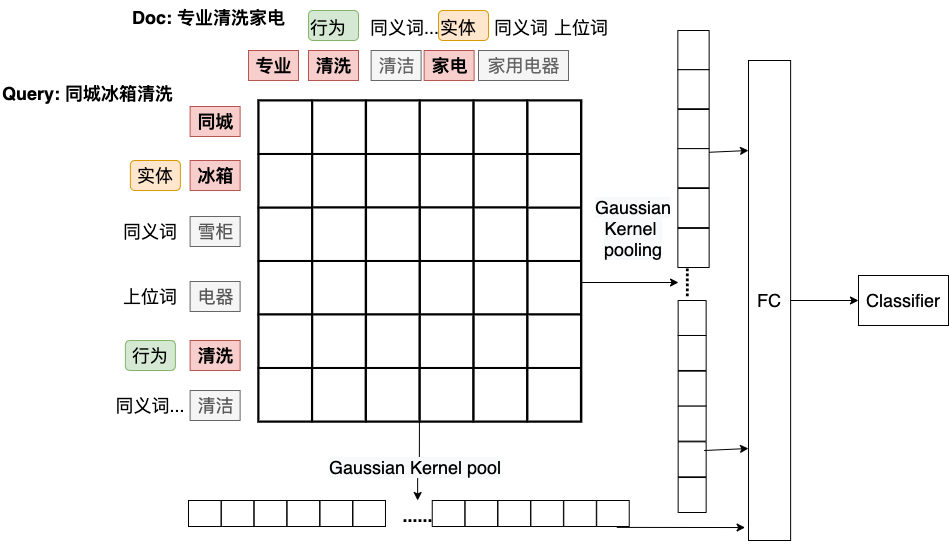
Before: Untitled Diagram.png, a diagram exported from draw.io (gouxute/leetcode). Source tidied: cells renumbered, new cells last; positions are measured from the earlier drawing's top-left corner, leaving out a move shared by most shapes.
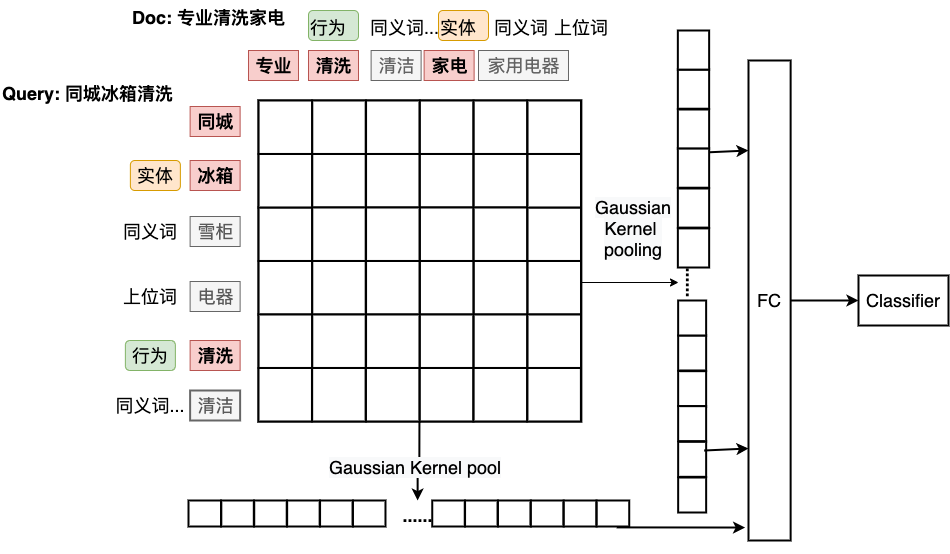
Above is the later version.

What changed in the source:
```diff
@@ -26,7 +26,7 @@
     <mxCell id="9" value="清洗" style="text;html=1;align=center;verticalAlign=middle;fontSize=18;fillColor=#f8cecc;strokeColor=#b85450;fontStyle=1;" parent="1" vertex="1">
       <mxGeometry x="189.6" y="340" width="50" height="30" as="geometry" />
     </mxCell>
-    <mxCell id="10" value="清洁" style="text;html=1;align=center;verticalAlign=middle;fontSize=18;fillColor=#f5f5f5;strokeColor=#666666;fontColor=#595959;" parent="1" vertex="1">
+    <mxCell id="10" value="清洁" style="text;html=1;align=center;verticalAlign=middle;fontSize=18;fillColor=#f5f5f5;strokeColor=#666666;fontColor=#595959;strokeWidth=2;" parent="1" vertex="1">
       <mxGeometry x="189.6" y="390" width="50" height="30" as="geometry" />
     </mxCell>
     <mxCell id="11" value="&lt;font style=&quot;font-size: 18px&quot;&gt;同城&lt;/font&gt;" style="text;html=1;align=center;verticalAlign=middle;fontSize=18;fillColor=#f8cecc;strokeColor=#b85450;fontStyle=1;" parent="1" vertex="1">
@@ -71,19 +71,19 @@
     <mxCell id="24" value="&lt;div style=&quot;text-align: center&quot;&gt;&lt;span&gt;&lt;font face=&quot;helvetica&quot;&gt;&lt;b&gt;Doc: 专业清洗家电&lt;/b&gt;&lt;/font&gt;&lt;/span&gt;&lt;/div&gt;" style="text;whiteSpace=wrap;html=1;fontSize=18;labelBackgroundColor=none;" parent="1" vertex="1">
       <mxGeometry x="129.5" width="178.5" height="30" as="geometry" />
     </mxCell>
-    <mxCell id="25" style="edgeStyle=orthogonalEdgeStyle;rounded=0;jettySize=auto;html=1;fontSize=18;exitX=1;exitY=1;exitDx=0;exitDy=0;" parent="1" edge="1" source="63" target="77">
+    <mxCell id="25" style="edgeStyle=orthogonalEdgeStyle;rounded=0;jettySize=auto;html=1;fontSize=18;exitX=1;exitY=1;exitDx=0;exitDy=0;strokeWidth=2;" parent="1" edge="1" source="63" target="77">
       <mxGeometry relative="1" as="geometry" />
     </mxCell>
     <mxCell id="26" value="&lt;span style=&quot;color: rgb(0 , 0 , 0) ; font-family: &amp;#34;helvetica&amp;#34; ; font-size: 18px ; font-style: normal ; font-weight: 400 ; letter-spacing: normal ; text-indent: 0px ; text-transform: none ; word-spacing: 0px ; background-color: rgb(248 , 249 , 250) ; display: inline ; float: none&quot;&gt;Gaussian Kernel &lt;br&gt;pooling&lt;/span&gt;" style="text;whiteSpace=wrap;html=1;fontSize=18;align=center;" parent="1" vertex="1">
       <mxGeometry x="568" y="190" width="130" height="40" as="geometry" />
     </mxCell>
-    <mxCell id="27" style="edgeStyle=orthogonalEdgeStyle;rounded=0;jettySize=auto;html=1;exitX=1;exitY=0.5;exitDx=0;exitDy=0;entryX=0;entryY=0.5;entryDx=0;entryDy=0;fontSize=18;" parent="1" edge="1" source="28" target="29">
+    <mxCell id="27" style="edgeStyle=orthogonalEdgeStyle;rounded=0;jettySize=auto;html=1;exitX=1;exitY=0.5;exitDx=0;exitDy=0;entryX=0;entryY=0.5;entryDx=0;entryDy=0;fontSize=18;strokeWidth=2;" parent="1" edge="1" source="28" target="29">
       <mxGeometry relative="1" as="geometry" />
     </mxCell>
-    <mxCell id="28" value="FC" style="whiteSpace=wrap;html=1;rounded=0;labelBackgroundColor=none;gradientColor=none;fontSize=18;align=center;glass=0;" parent="1" vertex="1">
+    <mxCell id="28" value="FC" style="whiteSpace=wrap;html=1;rounded=0;labelBackgroundColor=none;gradientColor=none;fontSize=18;align=center;glass=0;strokeWidth=2;" parent="1" vertex="1">
       <mxGeometry x="748" y="60" width="42.1" height="480" as="geometry" />
     </mxCell>
-    <mxCell id="29" value="Classifier" style="whiteSpace=wrap;html=1;rounded=0;glass=0;labelBackgroundColor=none;gradientColor=none;fontSize=18;align=center;" parent="1" vertex="1">
+    <mxCell id="29" value="Classifier" style="whiteSpace=wrap;html=1;rounded=0;glass=0;labelBackgroundColor=none;gradientColor=none;fontSize=18;align=center;strokeWidth=2;" parent="1" vertex="1">
       <mxGeometry x="858" y="275" width="90" height="50" as="geometry" />
     </mxCell>
     <mxCell id="30" value="&lt;div style=&quot;text-align: center&quot;&gt;&lt;font face=&quot;helvetica&quot;&gt;&lt;b&gt;Query: 同城冰箱清洗&lt;/b&gt;&lt;/font&gt;&lt;/div&gt;" style="text;whiteSpace=wrap;html=1;fontSize=18;labelBackgroundColor=none;" parent="1" vertex="1">
@@ -200,112 +200,112 @@
     <mxCell id="67" style="whiteSpace=wrap;html=1;strokeWidth=2;" parent="31" vertex="1">
       <mxGeometry y="267.5" width="53.5" height="53.5" as="geometry" />
     </mxCell>
-    <mxCell id="68" value="&lt;meta charset=&quot;utf-8&quot;&gt;&lt;span style=&quot;color: rgb(0, 0, 0); font-family: helvetica; font-size: 18px; font-style: normal; font-weight: 400; letter-spacing: normal; text-align: center; text-indent: 0px; text-transform: none; word-spacing: 0px; background-color: rgb(248, 249, 250); display: inline; float: none;&quot;&gt;Gaussian Kernel pool&lt;/span&gt;" style="text;whiteSpace=wrap;html=1;fontSize=18;" parent="1" vertex="1">
+    <mxCell id="68" value="&lt;meta charset=&quot;utf-8&quot;&gt;&lt;span style=&quot;color: rgb(0, 0, 0); font-family: helvetica; font-size: 18px; font-style: normal; font-weight: 400; letter-spacing: normal; text-align: center; text-indent: 0px; text-transform: none; word-spacing: 0px; background-color: rgb(248, 249, 250); display: inline; float: none;&quot;&gt;Gaussian Kernel pool&lt;/span&gt;" style="text;whiteSpace=wrap;html=1;fontSize=18;strokeWidth=2;" parent="1" vertex="1">
       <mxGeometry x="327.1" y="450" width="200" height="40" as="geometry" />
     </mxCell>
-    <mxCell id="69" style="group;" parent="1" vertex="1">
+    <mxCell id="69" style="group;strokeWidth=2;" parent="1" vertex="1">
       <mxGeometry x="199" y="500" width="429.7" height="52" as="geometry" />
     </mxCell>
-    <mxCell id="70" style="group;" parent="69" vertex="1">
+    <mxCell id="70" style="group;strokeWidth=2;" parent="69" vertex="1">
       <mxGeometry width="225.5" height="52" as="geometry" />
     </mxCell>
-    <mxCell id="71" style="whiteSpace=wrap;html=1;" parent="70" vertex="1">
+    <mxCell id="71" style="whiteSpace=wrap;html=1;strokeWidth=2;" parent="70" vertex="1">
       <mxGeometry x="21.8" width="32.5" height="26" as="geometry" />
     </mxCell>
-    <mxCell id="72" style="whiteSpace=wrap;html=1;" parent="70" vertex="1">
+    <mxCell id="72" style="whiteSpace=wrap;html=1;strokeWidth=2;" parent="70" vertex="1">
       <mxGeometry x="54.7" width="32.5" height="26" as="geometry" />
     </mxCell>
-    <mxCell id="73" style="whiteSpace=wrap;html=1;" parent="70" vertex="1">
+    <mxCell id="73" style="whiteSpace=wrap;html=1;strokeWidth=2;" parent="70" vertex="1">
       <mxGeometry x="87.6" width="32.5" height="26" as="geometry" />
     </mxCell>
-    <mxCell id="74" style="whiteSpace=wrap;html=1;" parent="70" vertex="1">
+    <mxCell id="74" style="whiteSpace=wrap;html=1;strokeWidth=2;" parent="70" vertex="1">
       <mxGeometry x="120.5" width="32.5" height="26" as="geometry" />
     </mxCell>
-    <mxCell id="75" style="whiteSpace=wrap;html=1;" parent="70" vertex="1">
+    <mxCell id="75" style="whiteSpace=wrap;html=1;strokeWidth=2;" parent="70" vertex="1">
       <mxGeometry x="153.4" width="32.5" height="26" as="geometry" />
     </mxCell>
-    <mxCell id="76" style="whiteSpace=wrap;html=1;" parent="70" vertex="1">
+    <mxCell id="76" style="whiteSpace=wrap;html=1;strokeWidth=2;" parent="70" vertex="1">
       <mxGeometry x="-11" width="32.5" height="26" as="geometry" />
     </mxCell>
-    <mxCell id="77" value="......" style="text;html=1;align=center;verticalAlign=middle;points=[];fontSize=18;fontStyle=1;" parent="70" vertex="1">
+    <mxCell id="77" value="......" style="text;html=1;align=center;verticalAlign=middle;points=[];fontSize=18;fontStyle=1;strokeWidth=2;" parent="70" vertex="1">
       <mxGeometry x="193" width="50" height="30" as="geometry" />
     </mxCell>
-    <mxCell id="78" style="whiteSpace=wrap;html=1;" parent="69" vertex="1">
+    <mxCell id="78" style="whiteSpace=wrap;html=1;strokeWidth=2;" parent="69" vertex="1">
       <mxGeometry x="265.5" width="32.5" height="26" as="geometry" />
     </mxCell>
-    <mxCell id="79" style="whiteSpace=wrap;html=1;" parent="69" vertex="1">
+    <mxCell id="79" style="whiteSpace=wrap;html=1;strokeWidth=2;" parent="69" vertex="1">
       <mxGeometry x="298.4" width="32.5" height="26" as="geometry" />
     </mxCell>
-    <mxCell id="80" style="whiteSpace=wrap;html=1;" parent="69" vertex="1">
+    <mxCell id="80" style="whiteSpace=wrap;html=1;strokeWidth=2;" parent="69" vertex="1">
       <mxGeometry x="331.3" width="32.5" height="26" as="geometry" />
     </mxCell>
-    <mxCell id="81" style="whiteSpace=wrap;html=1;" parent="69" vertex="1">
+    <mxCell id="81" style="whiteSpace=wrap;html=1;strokeWidth=2;" parent="69" vertex="1">
       <mxGeometry x="364.3" width="32.5" height="26" as="geometry" />
     </mxCell>
-    <mxCell id="82" style="whiteSpace=wrap;html=1;" parent="69" vertex="1">
+    <mxCell id="82" style="whiteSpace=wrap;html=1;strokeWidth=2;" parent="69" vertex="1">
       <mxGeometry x="397.2" width="32.5" height="26" as="geometry" />
     </mxCell>
-    <mxCell id="83" style="whiteSpace=wrap;html=1;" parent="69" vertex="1">
+    <mxCell id="83" style="whiteSpace=wrap;html=1;strokeWidth=2;" parent="69" vertex="1">
       <mxGeometry x="232.7" width="32.5" height="26" as="geometry" />
     </mxCell>
-    <mxCell id="84" value="......" style="text;html=1;align=center;verticalAlign=middle;points=[];fontSize=18;fontStyle=1;rotation=90;" parent="1" vertex="1">
+    <mxCell id="84" value="......" style="text;html=1;align=center;verticalAlign=middle;points=[];fontSize=18;fontStyle=1;rotation=90;strokeWidth=2;" parent="1" vertex="1">
       <mxGeometry x="668" y="267" width="50" height="30" as="geometry" />
     </mxCell>
-    <mxCell id="85" style="group;" parent="1" vertex="1">
+    <mxCell id="85" style="group;strokeWidth=2;" parent="1" vertex="1">
       <mxGeometry x="677.4" y="30" width="31.3" height="237" as="geometry" />
     </mxCell>
-    <mxCell id="86" style="whiteSpace=wrap;html=1;rotation=90;" parent="85" vertex="1">
+    <mxCell id="86" style="whiteSpace=wrap;html=1;rotation=90;strokeWidth=2;" parent="85" vertex="1">
       <mxGeometry x="-3.9" y="43" width="39.1" height="31.3" as="geometry" />
     </mxCell>
-    <mxCell id="87" style="whiteSpace=wrap;html=1;rotation=90;" parent="85" vertex="1">
+    <mxCell id="87" style="whiteSpace=wrap;html=1;rotation=90;strokeWidth=2;" parent="85" vertex="1">
       <mxGeometry x="-3.9" y="82.9" width="39.1" height="31.3" as="geometry" />
     </mxCell>
-    <mxCell id="88" style="whiteSpace=wrap;html=1;rotation=90;" parent="85" vertex="1">
+    <mxCell id="88" style="whiteSpace=wrap;html=1;rotation=90;strokeWidth=2;" parent="85" vertex="1">
       <mxGeometry x="-3.9" y="122" width="39.1" height="31.3" as="geometry" />
     </mxCell>
-    <mxCell id="89" style="whiteSpace=wrap;html=1;rotation=90;" parent="85" vertex="1">
+    <mxCell id="89" style="whiteSpace=wrap;html=1;rotation=90;strokeWidth=2;" parent="85" vertex="1">
       <mxGeometry x="-3.9" y="161.9" width="39.1" height="31.3" as="geometry" />
     </mxCell>
-    <mxCell id="90" style="whiteSpace=wrap;html=1;rotation=90;" parent="85" vertex="1">
+    <mxCell id="90" style="whiteSpace=wrap;html=1;rotation=90;strokeWidth=2;" parent="85" vertex="1">
       <mxGeometry x="-3.9" y="201.8" width="39.1" height="31.3" as="geometry" />
     </mxCell>
-    <mxCell id="91" style="whiteSpace=wrap;html=1;rotation=90;" parent="85" vertex="1">
+    <mxCell id="91" style="whiteSpace=wrap;html=1;rotation=90;strokeWidth=2;" parent="85" vertex="1">
       <mxGeometry x="-3.9" y="3.9" width="39.1" height="31.3" as="geometry" />
     </mxCell>
-    <mxCell id="92" style="group;" parent="1" vertex="1">
+    <mxCell id="92" style="group;strokeWidth=2;" parent="1" vertex="1">
       <mxGeometry x="677.7" y="300" width="28" height="212" as="geometry" />
     </mxCell>
-    <mxCell id="93" style="whiteSpace=wrap;html=1;rotation=90;" parent="92" vertex="1">
+    <mxCell id="93" style="whiteSpace=wrap;html=1;rotation=90;strokeWidth=2;" parent="92" vertex="1">
       <mxGeometry x="-3.5" y="38.5" width="35" height="28" as="geometry" />
     </mxCell>
-    <mxCell id="94" style="whiteSpace=wrap;html=1;rotation=90;" parent="92" vertex="1">
+    <mxCell id="94" style="whiteSpace=wrap;html=1;rotation=90;strokeWidth=2;" parent="92" vertex="1">
       <mxGeometry x="-3.5" y="74.2" width="35" height="28" as="geometry" />
     </mxCell>
-    <mxCell id="95" style="whiteSpace=wrap;html=1;rotation=90;" parent="92" vertex="1">
+    <mxCell id="95" style="whiteSpace=wrap;html=1;rotation=90;strokeWidth=2;" parent="92" vertex="1">
       <mxGeometry x="-3.5" y="109.1" width="35" height="28" as="geometry" />
     </mxCell>
-    <mxCell id="96" style="whiteSpace=wrap;html=1;rotation=90;" parent="92" vertex="1">
+    <mxCell id="96" style="whiteSpace=wrap;html=1;rotation=90;strokeWidth=2;" parent="92" vertex="1">
       <mxGeometry x="-3.5" y="144.8" width="35" height="28" as="geometry" />
     </mxCell>
-    <mxCell id="97" style="whiteSpace=wrap;html=1;rotation=90;" parent="92" vertex="1">
+    <mxCell id="97" style="whiteSpace=wrap;html=1;rotation=90;strokeWidth=2;" parent="92" vertex="1">
       <mxGeometry x="-3.5" y="180.5" width="35" height="28" as="geometry" />
     </mxCell>
-    <mxCell id="98" style="whiteSpace=wrap;html=1;rotation=90;" parent="92" vertex="1">
+    <mxCell id="98" style="whiteSpace=wrap;html=1;rotation=90;strokeWidth=2;" parent="92" vertex="1">
       <mxGeometry x="-3.5" y="3.5" width="35" height="28" as="geometry" />
     </mxCell>
-    <mxCell id="99" style="endArrow=classic;html=1;fontSize=18;exitX=1;exitY=0.5;exitDx=0;exitDy=0;" parent="1" edge="1">
+    <mxCell id="99" style="endArrow=classic;html=1;fontSize=18;exitX=1;exitY=0.5;exitDx=0;exitDy=0;strokeWidth=2;" parent="1" edge="1">
       <mxGeometry x="-1247.3" y="742" as="geometry">
         <mxPoint x="703.7" y="450" as="sourcePoint" />
         <mxPoint x="748" y="448" as="targetPoint" />
       </mxGeometry>
     </mxCell>
-    <mxCell id="100" style="endArrow=classic;html=1;fontSize=18;exitX=1;exitY=0.5;exitDx=0;exitDy=0;" parent="1" edge="1">
+    <mxCell id="100" style="endArrow=classic;html=1;fontSize=18;exitX=1;exitY=0.5;exitDx=0;exitDy=0;strokeWidth=2;" parent="1" edge="1">
       <mxGeometry x="-1242.3" y="443.7" as="geometry">
         <mxPoint x="708.6" y="151.8" as="sourcePoint" />
         <mxPoint x="748" y="150" as="targetPoint" />
       </mxGeometry>
     </mxCell>
-    <mxCell id="101" style="endArrow=classic;html=1;fontSize=18;exitX=1;exitY=0.5;exitDx=0;exitDy=0;entryX=-0.081;entryY=0.973;entryDx=0;entryDy=0;entryPerimeter=0;" parent="1" edge="1" target="28">
+    <mxCell id="101" style="endArrow=classic;html=1;fontSize=18;exitX=1;exitY=0.5;exitDx=0;exitDy=0;entryX=-0.081;entryY=0.973;entryDx=0;entryDy=0;entryPerimeter=0;strokeWidth=2;" parent="1" edge="1" target="28">
       <mxGeometry x="-1334.7" y="818.9" as="geometry">
         <mxPoint x="616.3" y="526.9" as="sourcePoint" />
       </mxGeometry>
```
